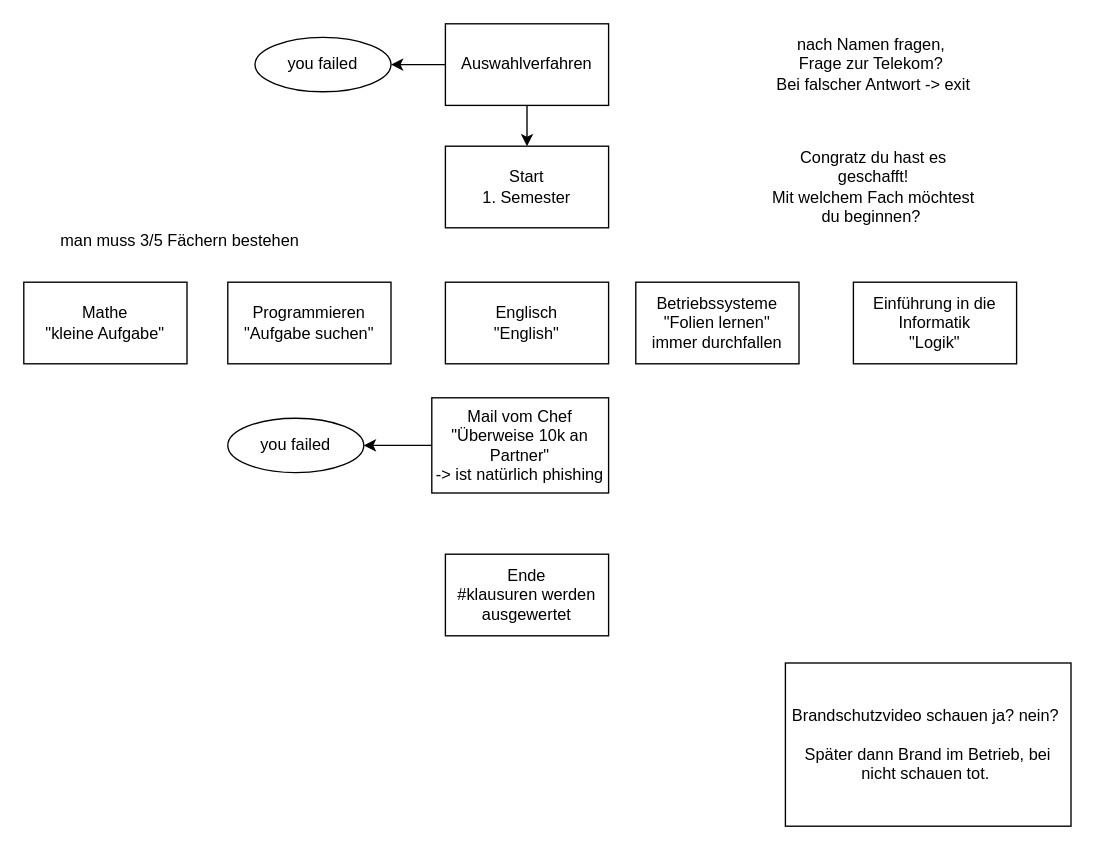
Ninja-Bunny/TextBasedAdventure keeps this draw.io diagram as OriginalPlan.drawio. Above is the earlier version. Source tidied: cells renumbered, new cells numbered last; positions are measured from the earlier drawing's top-left corner, leaving out a move shared by most shapes. Both pictures are drawn from the tidied source at 136%, with x=0, y=0 at pixel (23, 23).
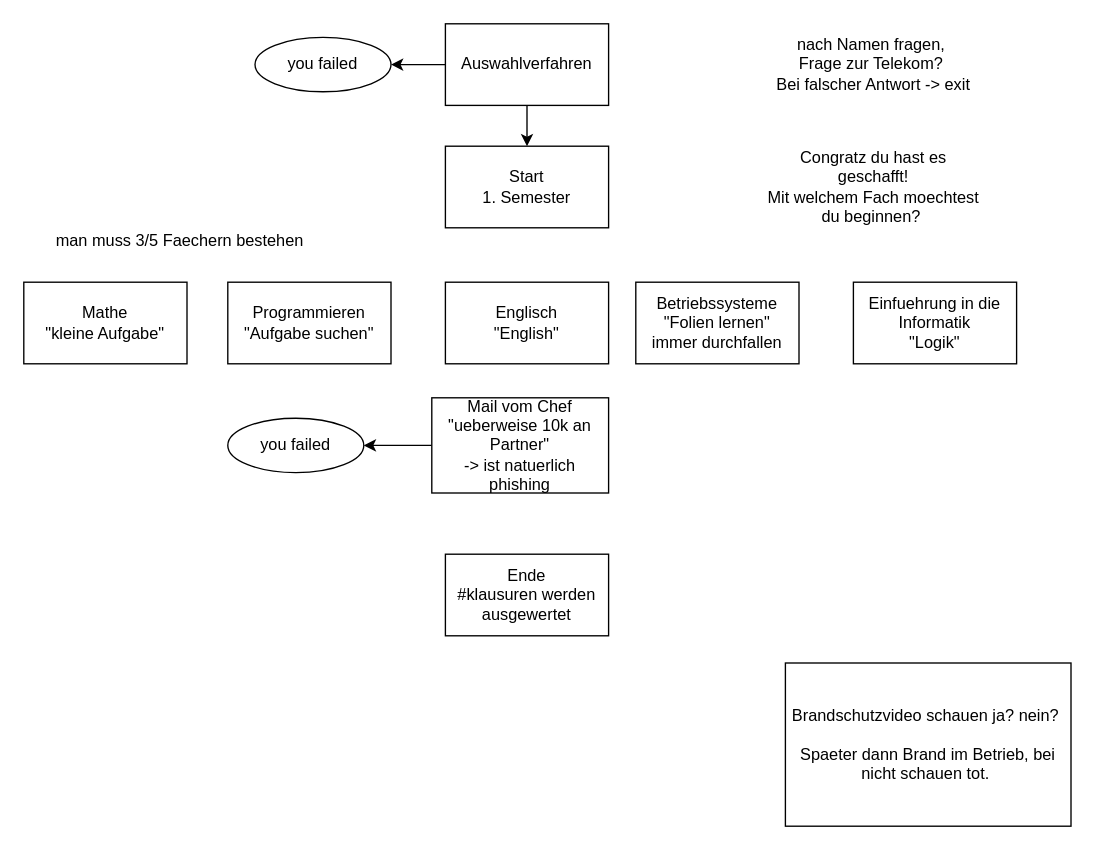
After the change.

The edit, as a diff of the source:
```diff
@@
 <mxGraphModel>
   <root>
     <mxCell id="0" />
     <mxCell id="1" parent="0" />
     <mxCell id="2" value="Start&lt;br&gt;1. Semester" style="rounded=0;whiteSpace=wrap;html=1;" parent="1" vertex="1">
       <mxGeometry x="310" y="90" width="120" height="60" as="geometry" />
     </mxCell>
     <mxCell id="3" style="edgeStyle=orthogonalEdgeStyle;rounded=0;jettySize=auto;html=1;" parent="1" edge="1" source="5" target="2">
       <mxGeometry relative="1" as="geometry" />
     </mxCell>
     <mxCell id="4" style="edgeStyle=orthogonalEdgeStyle;rounded=0;jettySize=auto;html=1;exitX=0;exitY=0.5;exitDx=0;exitDy=0;entryX=1;entryY=0.5;entryDx=0;entryDy=0;" parent="1" edge="1" source="5" target="16">
       <mxGeometry relative="1" as="geometry" />
     </mxCell>
     <mxCell id="5" value="Auswahlverfahren" style="rounded=0;whiteSpace=wrap;html=1;" parent="1" vertex="1">
       <mxGeometry x="310" width="120" height="60" as="geometry" />
     </mxCell>
     <mxCell id="6" value="nach Namen fragen,&amp;nbsp;&lt;br&gt;Frage zur Telekom?&amp;nbsp;&lt;br&gt;Bei falscher Antwort -&amp;gt; exit" style="text;html=1;strokeColor=none;fillColor=none;align=center;verticalAlign=middle;whiteSpace=wrap;rounded=0;" parent="1" vertex="1">
       <mxGeometry x="540" width="170" height="60" as="geometry" />
     </mxCell>
     <mxCell id="7" value="Mathe&lt;br&gt;&quot;kleine Aufgabe&quot;" style="rounded=0;whiteSpace=wrap;html=1;" parent="1" vertex="1">
       <mxGeometry y="190" width="120" height="60" as="geometry" />
     </mxCell>
     <mxCell id="8" value="Programmieren&lt;br&gt;&quot;Aufgabe suchen&quot;" style="rounded=0;whiteSpace=wrap;html=1;" parent="1" vertex="1">
       <mxGeometry x="150" y="190" width="120" height="60" as="geometry" />
     </mxCell>
-    <mxCell id="9" value="Congratz du hast es geschafft!&lt;br&gt;Mit welchem Fach möchtest du beginnen?&amp;nbsp;" style="text;html=1;strokeColor=none;fillColor=none;align=center;verticalAlign=middle;whiteSpace=wrap;rounded=0;" parent="1" vertex="1">
+    <mxCell id="9" value="Congratz du hast es geschafft!&lt;br&gt;Mit welchem Fach moechtest du beginnen?&amp;nbsp;" style="text;html=1;strokeColor=none;fillColor=none;align=center;verticalAlign=middle;whiteSpace=wrap;rounded=0;" parent="1" vertex="1">
       <mxGeometry x="545" y="110" width="160" height="20" as="geometry" />
     </mxCell>
     <mxCell id="10" value="Englisch&lt;br&gt;&quot;English&quot;" style="rounded=0;whiteSpace=wrap;html=1;" parent="1" vertex="1">
       <mxGeometry x="310" y="190" width="120" height="60" as="geometry" />
     </mxCell>
     <mxCell id="11" value="Betriebssysteme&lt;br&gt;&quot;Folien lernen&quot;&lt;br&gt;immer durchfallen" style="rounded=0;whiteSpace=wrap;html=1;" parent="1" vertex="1">
       <mxGeometry x="450" y="190" width="120" height="60" as="geometry" />
     </mxCell>
-    <mxCell id="12" value="man muss 3/5 Fächern bestehen" style="text;html=1;strokeColor=none;fillColor=none;align=center;verticalAlign=middle;whiteSpace=wrap;rounded=0;" parent="1" vertex="1">
+    <mxCell id="12" value="man muss 3/5 Faechern bestehen" style="text;html=1;strokeColor=none;fillColor=none;align=center;verticalAlign=middle;whiteSpace=wrap;rounded=0;" parent="1" vertex="1">
       <mxGeometry x="20" y="140" width="190" height="40" as="geometry" />
     </mxCell>
-    <mxCell id="13" value="Einführung in die Informatik&lt;br&gt;&quot;Logik&quot;" style="rounded=0;whiteSpace=wrap;html=1;" parent="1" vertex="1">
+    <mxCell id="13" value="Einfuehrung in die Informatik&lt;br&gt;&quot;Logik&quot;" style="rounded=0;whiteSpace=wrap;html=1;" parent="1" vertex="1">
       <mxGeometry x="610" y="190" width="120" height="60" as="geometry" />
     </mxCell>
     <mxCell id="14" style="edgeStyle=orthogonalEdgeStyle;rounded=0;jettySize=auto;html=1;exitX=0;exitY=0.5;exitDx=0;exitDy=0;entryX=1;entryY=0.5;entryDx=0;entryDy=0;" parent="1" edge="1" source="15" target="17">
       <mxGeometry relative="1" as="geometry" />
     </mxCell>
-    <mxCell id="15" value="Mail vom Chef&lt;br&gt;&quot;Überweise 10k an Partner&quot;&lt;br&gt;-&amp;gt; ist natürlich phishing" style="rounded=0;whiteSpace=wrap;html=1;" parent="1" vertex="1">
+    <mxCell id="15" value="Mail vom Chef&lt;br&gt;&quot;ueberweise 10k an Partner&quot;&lt;br&gt;-&amp;gt; ist natuerlich phishing" style="rounded=0;whiteSpace=wrap;html=1;" parent="1" vertex="1">
       <mxGeometry x="300" y="275" width="130" height="70" as="geometry" />
     </mxCell>
     <mxCell id="16" value="you failed" style="ellipse;whiteSpace=wrap;html=1;" parent="1" vertex="1">
       <mxGeometry x="170" y="10" width="100" height="40" as="geometry" />
     </mxCell>
     <mxCell id="17" value="you failed" style="ellipse;whiteSpace=wrap;html=1;" parent="1" vertex="1">
       <mxGeometry x="150" y="290" width="100" height="40" as="geometry" />
     </mxCell>
     <mxCell id="18" value="Ende&lt;br&gt;#klausuren werden ausgewertet" style="rounded=0;whiteSpace=wrap;html=1;" parent="1" vertex="1">
       <mxGeometry x="310" y="390" width="120" height="60" as="geometry" />
     </mxCell>
-    <mxCell id="19" value="Brandschutzvideo schauen ja? nein?&amp;nbsp;&lt;br&gt;&lt;br&gt;Später dann Brand im Betrieb, bei nicht schauen tot.&amp;nbsp;" style="rounded=0;whiteSpace=wrap;html=1;" parent="1" vertex="1">
+    <mxCell id="19" value="Brandschutzvideo schauen ja? nein?&amp;nbsp;&lt;br&gt;&lt;br&gt;Spaeter dann Brand im Betrieb, bei nicht schauen tot.&amp;nbsp;" style="rounded=0;whiteSpace=wrap;html=1;" parent="1" vertex="1">
       <mxGeometry x="560" y="470" width="210" height="120" as="geometry" />
     </mxCell>
   </root>
 </mxGraphModel>
```
